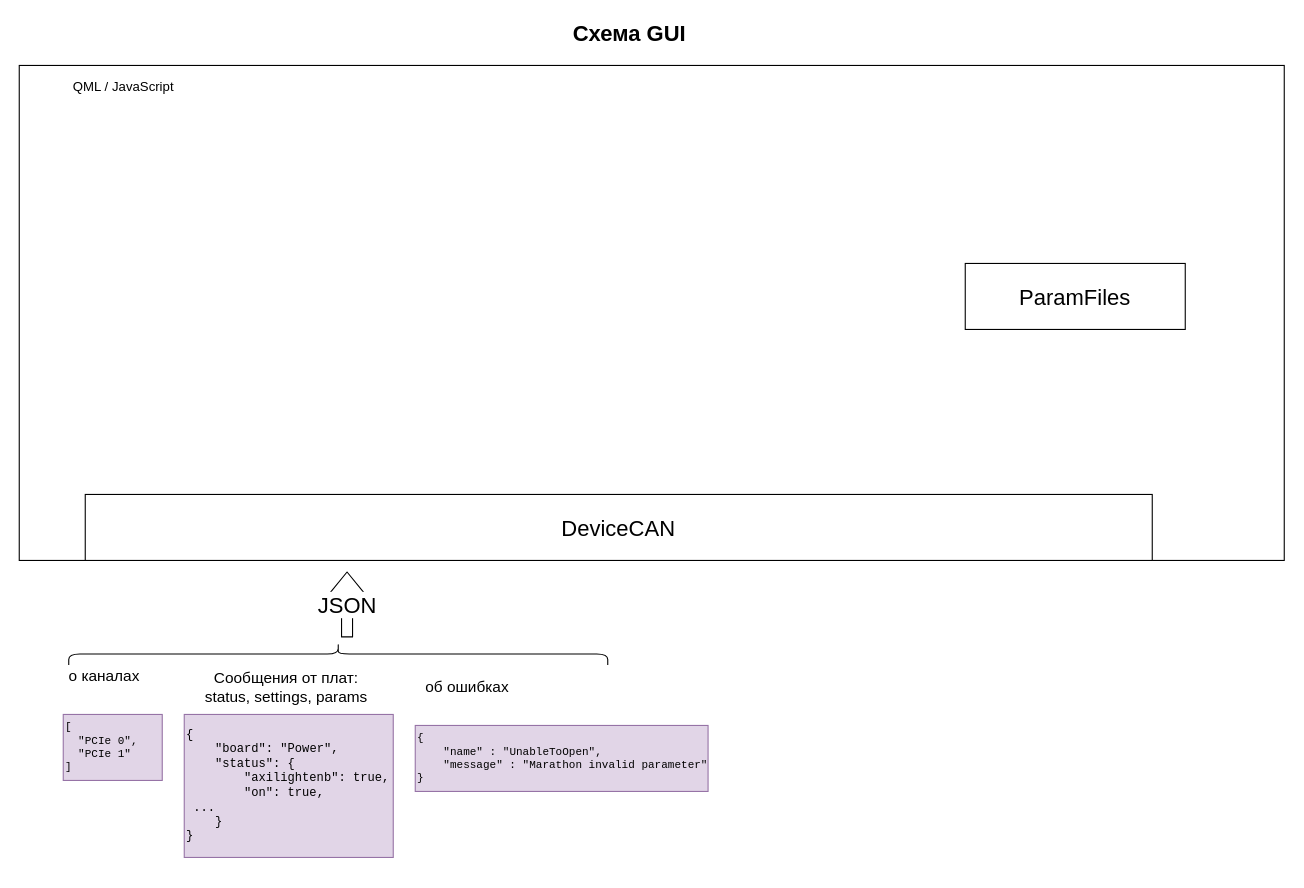
Before: LaserSTUDIO2_GUI.drawio in ponBulat/dia, a draw.io diagram. Source tidied: cells renumbered, new cells numbered last; positions are measured from the earlier drawing's top-left corner, leaving out a move shared by most shapes. Both pictures are drawn from the tidied source at 110%, with x=0, y=0 at pixel (19, 21).
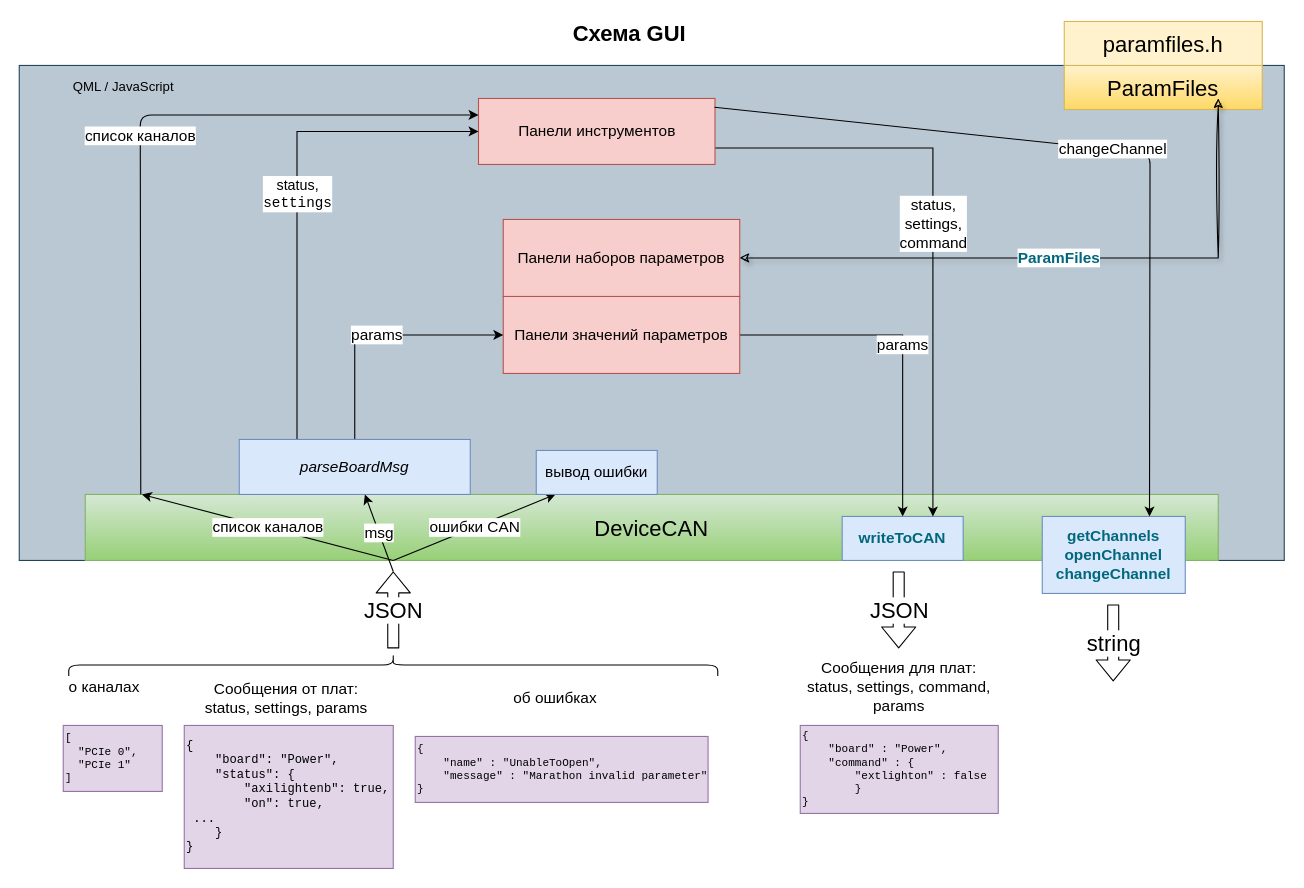
The same page after the edit.

The edit, as a diff of the source:
```diff
@@
-    <mxCell id="2" style="rounded=0;whiteSpace=wrap;html=1;" parent="1" vertex="1">
+    <mxCell id="2" style="rounded=0;whiteSpace=wrap;html=1;fillColor=#bac8d3;strokeColor=#23445d;" parent="1" vertex="1">
       <mxGeometry y="40" width="1150" height="450" as="geometry" />
     </mxCell>
@@
     <mxCell id="5" value="JSON" style="shape=flexArrow;endArrow=classic;html=1;fontSize=20;" parent="1" edge="1">
       <mxGeometry relative="1" as="geometry">
-        <mxPoint x="298" y="560" as="sourcePoint" />
-        <mxPoint x="298" y="500" as="targetPoint" />
+        <mxPoint x="340" y="570" as="sourcePoint" />
+        <mxPoint x="340" y="500" as="targetPoint" />
       </mxGeometry>
     </mxCell>
-    <mxCell id="6" value="DeviceCAN" style="rounded=0;whiteSpace=wrap;html=1;fontSize=20;" parent="1" vertex="1">
-      <mxGeometry x="60" y="430" width="970" height="60" as="geometry" />
+    <mxCell id="6" value="DeviceCAN" style="rounded=0;whiteSpace=wrap;html=1;fontSize=20;gradientColor=#97d077;fillColor=#d5e8d4;strokeColor=#82b366;" parent="1" vertex="1">
+      <mxGeometry x="60" y="430" width="1030" height="60" as="geometry" />
     </mxCell>
-    <mxCell id="7" value="ParamFiles" style="rounded=0;whiteSpace=wrap;html=1;fontSize=20;" parent="1" vertex="1">
-      <mxGeometry x="860" y="220" width="200" height="60" as="geometry" />
+    <mxCell id="7" value="ParamFiles" style="rounded=0;whiteSpace=wrap;html=1;fontSize=20;gradientColor=#ffd966;fillColor=#fff2cc;strokeColor=#d6b656;" parent="1" vertex="1">
+      <mxGeometry x="950" y="40" width="180" height="40" as="geometry" />
     </mxCell>
     <mxCell id="8" value="&lt;div style=&quot;font-size: 10px&quot; align=&quot;left&quot;&gt;&lt;pre&gt;&lt;font style=&quot;font-size: 10px&quot;&gt;[&lt;br&gt;&lt;/font&gt;&lt;font style=&quot;font-size: 10px&quot;&gt;&lt;span class=&quot;pl-s&quot;&gt;&lt;span class=&quot;pl-pds&quot;&gt;  &quot;&lt;/span&gt;PCIe 0&lt;span class=&quot;pl-pds&quot;&gt;&quot;&lt;/span&gt;&lt;/span&gt;,&lt;/font&gt;&lt;font style=&quot;font-size: 10px&quot;&gt;&lt;br&gt;&lt;font style=&quot;font-size: 10px&quot;&gt;  &lt;span class=&quot;pl-s&quot;&gt;&lt;span class=&quot;pl-pds&quot;&gt;&quot;&lt;/span&gt;PCIe 1&lt;span class=&quot;pl-pds&quot;&gt;&quot;&lt;/span&gt;&lt;/span&gt;&lt;br&gt;]&lt;/font&gt;&lt;/font&gt;&lt;/pre&gt;&lt;/div&gt;" style="text;html=1;strokeColor=#9673a6;fillColor=#e1d5e7;align=left;verticalAlign=middle;whiteSpace=wrap;rounded=0;fontSize=20;" parent="1" vertex="1">
-      <mxGeometry x="40" y="630" width="90" height="60" as="geometry" />
+      <mxGeometry x="40" y="640" width="90" height="60" as="geometry" />
     </mxCell>
     <mxCell id="9" style="shape=curlyBracket;whiteSpace=wrap;html=1;rounded=1;flipH=1;fontSize=20;rotation=-90;" parent="1" vertex="1">
-      <mxGeometry x="280" y="330" width="20" height="490" as="geometry" />
+      <mxGeometry x="330" y="290" width="20" height="590" as="geometry" />
     </mxCell>
     <mxCell id="10" value="&lt;font style=&quot;font-size: 14px&quot;&gt;о каналах&lt;/font&gt;" style="text;html=1;strokeColor=none;fillColor=none;align=center;verticalAlign=middle;whiteSpace=wrap;rounded=0;fontSize=14;" parent="1" vertex="1">
-      <mxGeometry x="30" y="570" width="95" height="50" as="geometry" />
+      <mxGeometry x="30" y="580" width="95" height="50" as="geometry" />
     </mxCell>
     <mxCell id="11" value="&lt;pre style=&quot;font-size: 11px&quot;&gt;&lt;font style=&quot;font-size: 11px&quot;&gt;{&lt;br&gt;    &lt;span class=&quot;pl-s&quot;&gt;&lt;span class=&quot;pl-pds&quot;&gt;&quot;&lt;/span&gt;board&lt;span class=&quot;pl-pds&quot;&gt;&quot;&lt;/span&gt;&lt;/span&gt;: &lt;span class=&quot;pl-s&quot;&gt;&lt;span class=&quot;pl-pds&quot;&gt;&quot;&lt;/span&gt;Power&lt;span class=&quot;pl-pds&quot;&gt;&quot;&lt;/span&gt;&lt;/span&gt;,&lt;br&gt;    &lt;span class=&quot;pl-s&quot;&gt;&lt;span class=&quot;pl-pds&quot;&gt;&quot;&lt;/span&gt;status&lt;span class=&quot;pl-pds&quot;&gt;&quot;&lt;/span&gt;&lt;/span&gt;: {&lt;br&gt;        &lt;span class=&quot;pl-s&quot;&gt;&lt;span class=&quot;pl-pds&quot;&gt;&quot;&lt;/span&gt;axilightenb&lt;span class=&quot;pl-pds&quot;&gt;&quot;&lt;/span&gt;&lt;/span&gt;: &lt;span class=&quot;pl-c1&quot;&gt;true&lt;/span&gt;,&lt;br&gt;        &lt;span class=&quot;pl-s&quot;&gt;&lt;span class=&quot;pl-pds&quot;&gt;&quot;&lt;/span&gt;on&lt;span class=&quot;pl-pds&quot;&gt;&quot;&lt;/span&gt;&lt;/span&gt;: &lt;span class=&quot;pl-c1&quot;&gt;true&lt;/span&gt;,&lt;br&gt;&lt;span class=&quot;pl-c1&quot;&gt;&lt;/span&gt;&lt;span style=&quot;white-space: pre&quot;&gt; &lt;/span&gt;...&lt;br&gt;    }&lt;br&gt;}&lt;/font&gt;&lt;/pre&gt;" style="text;html=1;strokeColor=#9673a6;fillColor=#e1d5e7;align=left;verticalAlign=middle;whiteSpace=wrap;rounded=0;fontSize=20;" parent="1" vertex="1">
-      <mxGeometry x="150" y="630" width="190" height="130" as="geometry" />
+      <mxGeometry x="150" y="640" width="190" height="130" as="geometry" />
     </mxCell>
     <mxCell id="12" value="Сообщения от плат:&lt;br&gt;status, settings, params" style="text;html=1;strokeColor=none;fillColor=none;align=center;verticalAlign=middle;whiteSpace=wrap;rounded=0;fontSize=14;" parent="1" vertex="1">
-      <mxGeometry x="150" y="580" width="186.2" height="50" as="geometry" />
+      <mxGeometry x="150" y="590" width="186.2" height="50" as="geometry" />
     </mxCell>
     <mxCell id="13" value="&lt;div style=&quot;font-size: 10px&quot; align=&quot;left&quot;&gt;&lt;pre&gt;&lt;font style=&quot;font-size: 10px&quot;&gt;{&lt;br&gt;    &lt;span class=&quot;pl-s&quot;&gt;&lt;span class=&quot;pl-pds&quot;&gt;&quot;&lt;/span&gt;name&lt;span class=&quot;pl-pds&quot;&gt;&quot;&lt;/span&gt;&lt;/span&gt; : &lt;span class=&quot;pl-s&quot;&gt;&lt;span class=&quot;pl-pds&quot;&gt;&quot;&lt;/span&gt;UnableToOpen&lt;span class=&quot;pl-pds&quot;&gt;&quot;&lt;/span&gt;&lt;/span&gt;,&lt;br&gt;    &lt;span class=&quot;pl-s&quot;&gt;&lt;span class=&quot;pl-pds&quot;&gt;&quot;&lt;/span&gt;message&lt;span class=&quot;pl-pds&quot;&gt;&quot;&lt;/span&gt;&lt;/span&gt; : &lt;span class=&quot;pl-s&quot;&gt;&lt;span class=&quot;pl-pds&quot;&gt;&quot;&lt;/span&gt;Marathon invalid parameter&lt;span class=&quot;pl-pds&quot;&gt;&quot;&lt;/span&gt;&lt;/span&gt;    &lt;br&gt;}&lt;/font&gt;&lt;/pre&gt;&lt;/div&gt;" style="text;html=1;strokeColor=#9673a6;fillColor=#e1d5e7;align=left;verticalAlign=middle;whiteSpace=wrap;rounded=0;fontSize=20;" parent="1" vertex="1">
-      <mxGeometry x="360" y="640" width="266.2" height="60" as="geometry" />
+      <mxGeometry x="360" y="650" width="266.2" height="60" as="geometry" />
     </mxCell>
     <mxCell id="14" value="об ошибках" style="text;html=1;strokeColor=none;fillColor=none;align=center;verticalAlign=middle;whiteSpace=wrap;rounded=0;fontSize=14;" parent="1" vertex="1">
-      <mxGeometry x="360" y="580" width="95" height="50" as="geometry" />
+      <mxGeometry x="440" y="590" width="95" height="50" as="geometry" />
     </mxCell>
+    <mxCell id="15" value="JSON" style="shape=flexArrow;endArrow=classic;html=1;fontSize=20;" parent="1" edge="1">
+      <mxGeometry relative="1" as="geometry">
+        <mxPoint x="799.5" y="500" as="sourcePoint" />
+        <mxPoint x="799.5" y="570" as="targetPoint" />
+      </mxGeometry>
+    </mxCell>
+    <mxCell id="16" value="&lt;pre style=&quot;font-size: 10px&quot;&gt;&lt;font style=&quot;font-size: 10px&quot;&gt;{&lt;br&gt;    &lt;span class=&quot;pl-s&quot;&gt;&lt;span class=&quot;pl-pds&quot;&gt;&quot;&lt;/span&gt;board&lt;span class=&quot;pl-pds&quot;&gt;&quot;&lt;/span&gt;&lt;/span&gt; : &lt;span class=&quot;pl-s&quot;&gt;&lt;span class=&quot;pl-pds&quot;&gt;&quot;&lt;/span&gt;Power&lt;span class=&quot;pl-pds&quot;&gt;&quot;&lt;/span&gt;&lt;/span&gt;,&lt;br&gt;    &lt;span class=&quot;pl-s&quot;&gt;&lt;span class=&quot;pl-pds&quot;&gt;&quot;&lt;/span&gt;command&lt;span class=&quot;pl-pds&quot;&gt;&quot;&lt;/span&gt;&lt;/span&gt; : {&lt;br&gt;        &lt;span class=&quot;pl-s&quot;&gt;&lt;span class=&quot;pl-pds&quot;&gt;&quot;&lt;/span&gt;extlighton&lt;span class=&quot;pl-pds&quot;&gt;&quot;&lt;/span&gt;&lt;/span&gt; : &lt;span class=&quot;pl-c1&quot;&gt;false&lt;/span&gt;&lt;br&gt;        }&lt;br&gt;}&lt;/font&gt;&lt;/pre&gt;" style="text;html=1;strokeColor=#9673a6;fillColor=#e1d5e7;align=left;verticalAlign=middle;whiteSpace=wrap;rounded=0;fontSize=20;" parent="1" vertex="1">
+      <mxGeometry x="710" y="640" width="180" height="80" as="geometry" />
+    </mxCell>
+    <mxCell id="17" value="Сообщения для плат:&lt;br&gt;status, settings, command, params" style="text;html=1;strokeColor=none;fillColor=none;align=center;verticalAlign=middle;whiteSpace=wrap;rounded=0;fontSize=14;" parent="1" vertex="1">
+      <mxGeometry x="706.9" y="580" width="186.2" height="50" as="geometry" />
+    </mxCell>
+    <mxCell id="18" value="paramfiles.h" style="rounded=0;whiteSpace=wrap;html=1;fontSize=20;fillColor=#fff2cc;strokeColor=#d6b656;" parent="1" vertex="1">
+      <mxGeometry x="950" width="180" height="40" as="geometry" />
+    </mxCell>
+    <mxCell id="19" value="params" style="edgeStyle=orthogonalEdgeStyle;rounded=0;jettySize=auto;html=1;fontSize=14;" parent="1" edge="1" source="20" target="23">
+      <mxGeometry relative="1" as="geometry" />
+    </mxCell>
+    <mxCell id="20" value="Панели значений параметров" style="rounded=0;whiteSpace=wrap;html=1;fontSize=14;fillColor=#f8cecc;strokeColor=#b85450;" parent="1" vertex="1">
+      <mxGeometry x="440" y="250" width="215" height="70" as="geometry" />
+    </mxCell>
+    <mxCell id="21" value="&lt;span style=&quot;font-weight: 600 ; color: #00677c&quot;&gt;getChannels&lt;/span&gt;&lt;span style=&quot;font-weight: 600 ; color: #00677c&quot;&gt;&lt;br&gt;openChannel&lt;br&gt;&lt;/span&gt;&lt;span style=&quot;font-weight: 600 ; color: #00677c&quot;&gt;changeChannel&lt;/span&gt;" style="text;html=1;strokeColor=#6c8ebf;fillColor=#dae8fc;align=center;verticalAlign=middle;whiteSpace=wrap;rounded=0;fontSize=14;" parent="1" vertex="1">
+      <mxGeometry x="930" y="450" width="130" height="70" as="geometry" />
+    </mxCell>
+    <mxCell id="22" value="string" style="shape=flexArrow;endArrow=classic;html=1;fontSize=20;" parent="1" edge="1">
+      <mxGeometry relative="1" as="geometry">
+        <mxPoint x="994.5" y="530" as="sourcePoint" />
+        <mxPoint x="994.5" y="600" as="targetPoint" />
+      </mxGeometry>
+    </mxCell>
+    <mxCell id="23" value="&lt;span style=&quot;font-weight: 600 ; color: #00677c&quot;&gt;writeToCAN&lt;/span&gt;" style="rounded=0;whiteSpace=wrap;html=1;fontSize=14;fillColor=#dae8fc;strokeColor=#6c8ebf;" parent="1" vertex="1">
+      <mxGeometry x="748.1" y="450" width="110" height="40" as="geometry" />
+    </mxCell>
+    <mxCell id="24" value="status,&lt;br&gt;settings, &lt;br&gt;command" style="edgeStyle=orthogonalEdgeStyle;rounded=0;jettySize=auto;html=1;entryX=0.75;entryY=0;entryDx=0;entryDy=0;fontSize=14;exitX=1;exitY=0.75;exitDx=0;exitDy=0;" parent="1" edge="1" source="25" target="23">
+      <mxGeometry relative="1" as="geometry" />
+    </mxCell>
+    <mxCell id="25" value="Панели инструментов" style="rounded=0;whiteSpace=wrap;html=1;fontSize=14;fillColor=#f8cecc;strokeColor=#b85450;" parent="1" vertex="1">
+      <mxGeometry x="417.5" y="70" width="215" height="60" as="geometry" />
+    </mxCell>
+    <mxCell id="26" value="changeChannel" style="endArrow=classic;html=1;fontSize=14;exitX=0.998;exitY=0.133;exitDx=0;exitDy=0;entryX=0.75;entryY=0;entryDx=0;entryDy=0;exitPerimeter=0;" parent="1" edge="1" source="25" target="21">
+      <mxGeometry relative="1" as="geometry">
+        <Array as="points">
+          <mxPoint x="1028" y="120" />
+        </Array>
+      </mxGeometry>
+    </mxCell>
+    <mxCell id="27" value="&lt;font style=&quot;font-size: 13px&quot;&gt;status,&lt;br&gt;&lt;/font&gt;&lt;pre style=&quot;margin: 0px ; text-indent: 0px ; font-size: 13px&quot;&gt;&lt;font style=&quot;font-size: 13px&quot;&gt;settings&lt;/font&gt;&lt;/pre&gt;" style="edgeStyle=orthogonalEdgeStyle;rounded=0;jettySize=auto;html=1;entryX=0;entryY=0.5;entryDx=0;entryDy=0;fontSize=14;exitX=0.25;exitY=0;exitDx=0;exitDy=0;" parent="1" edge="1" source="29" target="25">
+      <mxGeometry relative="1" as="geometry" />
+    </mxCell>
+    <mxCell id="28" value="params" style="edgeStyle=orthogonalEdgeStyle;rounded=0;jettySize=auto;html=1;entryX=0;entryY=0.5;entryDx=0;entryDy=0;fontSize=14;exitX=0.5;exitY=0;exitDx=0;exitDy=0;" parent="1" edge="1" source="29" target="20">
+      <mxGeometry relative="1" as="geometry" />
+    </mxCell>
+    <mxCell id="29" value="&lt;span style=&quot;font-style: italic&quot;&gt;parseBoardMsg&lt;/span&gt;" style="rounded=0;whiteSpace=wrap;html=1;fontSize=14;fillColor=#dae8fc;strokeColor=#6c8ebf;" parent="1" vertex="1">
+      <mxGeometry x="200" y="380" width="210" height="50" as="geometry" />
+    </mxCell>
+    <mxCell id="30" value="msg" style="endArrow=classic;html=1;fontSize=14;" parent="1" edge="1" target="29">
+      <mxGeometry relative="1" as="geometry">
+        <mxPoint x="340" y="500" as="sourcePoint" />
+      </mxGeometry>
+    </mxCell>
+    <mxCell id="31" value="список каналов" style="endArrow=classic;html=1;fontSize=14;entryX=0.05;entryY=0;entryDx=0;entryDy=0;entryPerimeter=0;" parent="1" edge="1" target="6">
+      <mxGeometry relative="1" as="geometry">
+        <mxPoint x="340" y="490" as="sourcePoint" />
+      </mxGeometry>
+    </mxCell>
+    <mxCell id="32" value="список каналов" style="endArrow=classic;html=1;fontSize=14;entryX=0;entryY=0.25;entryDx=0;entryDy=0;exitX=0.049;exitY=0;exitDx=0;exitDy=0;exitPerimeter=0;" parent="1" edge="1" source="6" target="25">
+      <mxGeometry relative="1" as="geometry">
+        <Array as="points">
+          <mxPoint x="110" y="85" />
+        </Array>
+      </mxGeometry>
+    </mxCell>
+    <mxCell id="33" value="ошибки CAN" style="endArrow=classic;html=1;fontSize=14;entryX=0.415;entryY=0;entryDx=0;entryDy=0;entryPerimeter=0;" parent="1" edge="1" target="6">
+      <mxGeometry relative="1" as="geometry">
+        <mxPoint x="340" y="490" as="sourcePoint" />
+      </mxGeometry>
+    </mxCell>
+    <mxCell id="34" value="вывод ошибки" style="rounded=0;whiteSpace=wrap;html=1;fontSize=14;fillColor=#dae8fc;strokeColor=#6c8ebf;" parent="1" vertex="1">
+      <mxGeometry x="470" y="390" width="110" height="40" as="geometry" />
+    </mxCell>
+    <mxCell id="35" value="&lt;span style=&quot;font-weight: 600 ; color: #00677c&quot;&gt;ParamFiles&lt;/span&gt;" style="edgeStyle=orthogonalEdgeStyle;rounded=0;jettySize=auto;html=1;entryX=0.778;entryY=0.75;entryDx=0;entryDy=0;entryPerimeter=0;fontSize=14;jumpStyle=none;shadow=1;sketch=1;startArrow=classic;startFill=1;" parent="1" edge="1" source="36" target="7">
+      <mxGeometry relative="1" as="geometry" />
+    </mxCell>
+    <mxCell id="36" value="Панели наборов параметров" style="rounded=0;whiteSpace=wrap;html=1;fontSize=14;fillColor=#f8cecc;strokeColor=#b85450;" parent="1" vertex="1">
+      <mxGeometry x="440" y="180" width="215" height="70" as="geometry" />
+    </mxCell>
```
